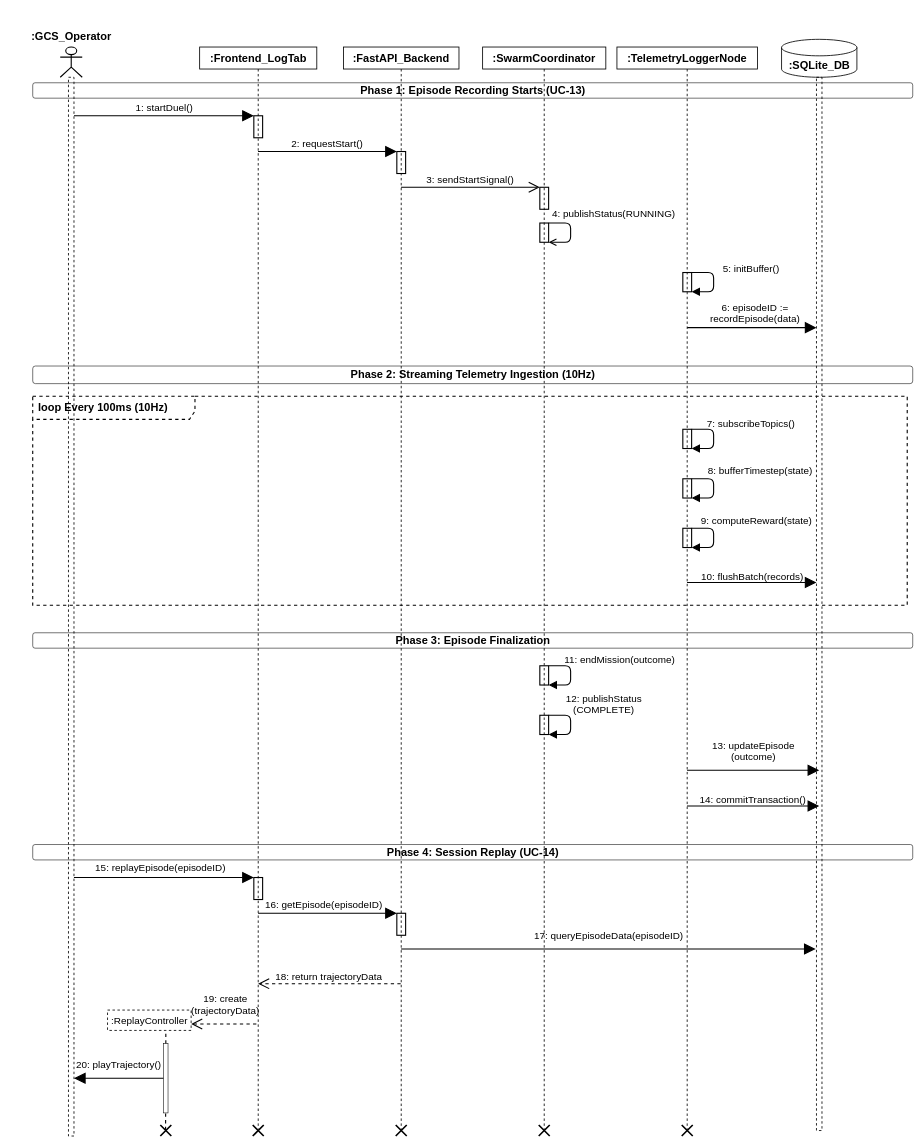
Before: 18_sequence_logging_replay.drawio in syedmohammad611/diagrams, a draw.io diagram. Source tidied: cells renumbered, new cells numbered last; positions are measured from the earlier drawing's top-left corner, leaving out a move shared by most shapes. Both pictures are drawn from the tidied source at 55%, with x=0, y=0 at pixel (32, 39).
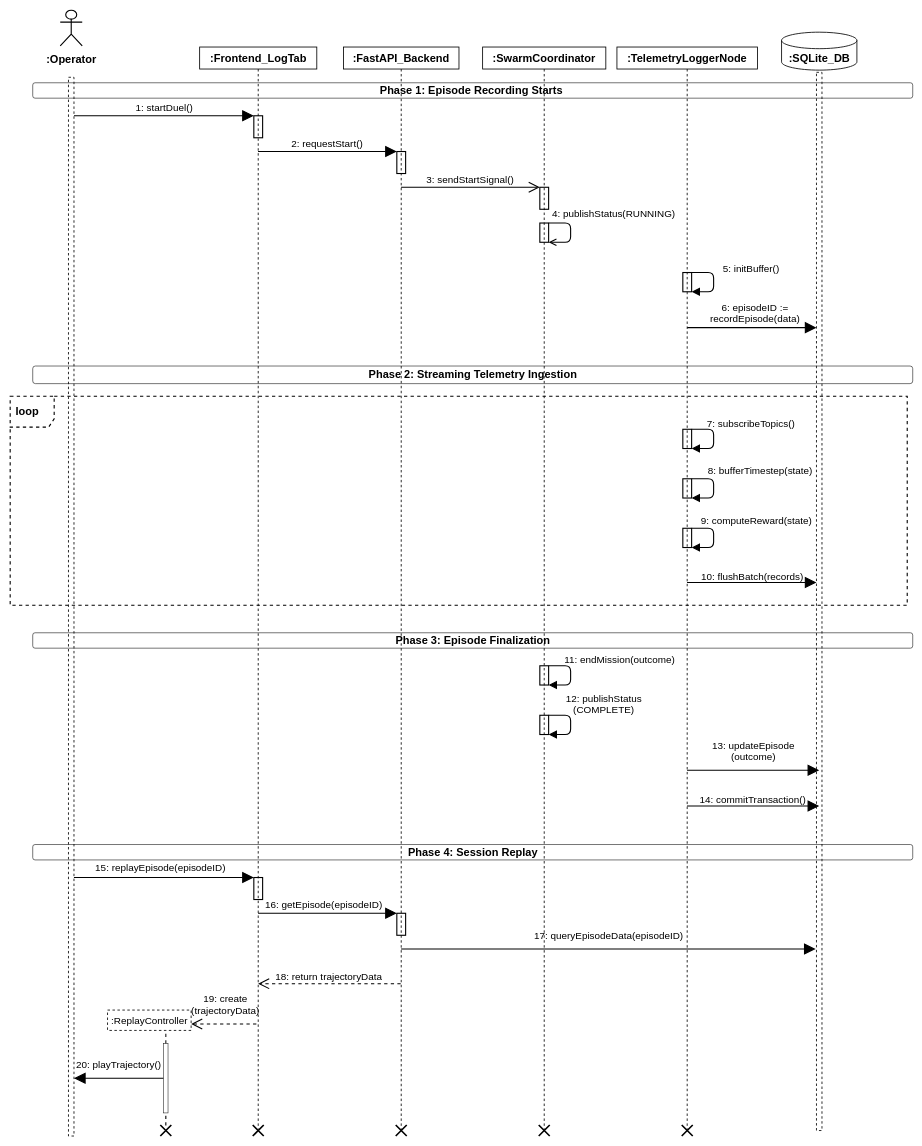
After the change.

Unchanged cells that the change refers to:
```xml
<mxCell id="13" value=":ReplayController" style="html=1;points=[];perimeter=orthogonalPerimeter;outlineConnect=0;targetShapes=umlLifeline;portConstraint=eastwest;strokeColor=#000000;strokeWidth=1.5;dashed=1;fontSize=18;fontFamily=Helvetica;fontColor=#000000;fillColor=none;" parent="1" vertex="1">
  <mxGeometry x="136" y="1765" width="152" height="37" as="geometry" />
</mxCell>
<mxCell id="50" style="shape=mxgraph.sysml.x;strokeColor=#000000;strokeWidth=3;fillColor=#000000;fontSize=18;" parent="1" vertex="1">
  <mxGeometry x="232" y="1974" width="20" height="20" as="geometry" />
</mxCell>
```

Change to the diagram source:
```diff
@@
-<mxGraphModel>
+<mxGraphModel background="#ffffff">
@@
-    <mxCell id="2" style="endArrow=none;dashed=1;html=1;strokeWidth=2;" parent="1" edge="1" source="55" target="13">
+    <mxCell id="2" style="endArrow=none;dashed=1;html=1;strokeWidth=2;strokeColor=#1A1A1A;" parent="1" edge="1" source="55" target="13">
       <mxGeometry relative="1" as="geometry" />
     </mxCell>
-    <mxCell id="3" value="&lt;b&gt;:GCS_Operator&lt;/b&gt;" style="shape=umlActor;html=1;fillColor=none;strokeColor=#000000;strokeWidth=2;fontFamily=Helvetica;fontColor=#000000;fontSize=20;fontStyle=1;verticalLabelPosition=top;verticalAlign=bottom;spacingBottom=6;" parent="1" vertex="1">
-      <mxGeometry x="50" y="14" width="40" height="55" as="geometry" />
-    </mxCell>
@@
     <mxCell id="11" value="&lt;b&gt;:SQLite_DB&lt;/b&gt;" style="shape=cylinder3;whiteSpace=wrap;html=1;boundedLbl=1;backgroundOutline=1;size=15;fillColor=none;strokeColor=#000000;strokeWidth=1.5;fontStyle=1;fontSize=20;fontFamily=Helvetica;fontColor=#000000;" parent="1" vertex="1">
-      <mxGeometry x="1361.5" width="137" height="69" as="geometry" />
+      <mxGeometry x="1361.5" y="-13" width="137" height="69" as="geometry" />
     </mxCell>
     <mxCell id="12" style="html=1;points=[];perimeter=orthogonalPerimeter;outlineConnect=0;targetShapes=umlLifeline;portConstraint=eastwest;strokeColor=#000000;strokeWidth=1.5;dashed=1;fillColor=none;fontSize=18;" parent="1" vertex="1">
-      <mxGeometry x="1425" y="69" width="10" height="1915" as="geometry" />
+      <mxGeometry x="1425" y="60" width="10" height="1924" as="geometry" />
     </mxCell>
@@
-    <mxCell id="26" value="&lt;b&gt;&lt;font style=&quot;font-size: 20px;&quot;&gt;Phase 1: Episode Recording Starts (UC-13)&lt;/font&gt;&lt;/b&gt;" style="text;html=1;strokeColor=#000000;fillColor=none;align=center;verticalAlign=middle;fontFamily=Helvetica;fontColor=#000000;rounded=1;strokeWidth=1;fontSize=18;fontStyle=1;" parent="1" vertex="1">
+    <mxCell id="26" value="&lt;b&gt;&lt;font style=&quot;font-size: 20px;&quot;&gt;Phase 1: Episode Recording Starts&amp;nbsp;&lt;/font&gt;&lt;/b&gt;" style="text;html=1;strokeColor=#000000;fillColor=none;align=center;verticalAlign=middle;fontFamily=Helvetica;fontColor=#000000;rounded=1;strokeWidth=1;fontSize=18;fontStyle=1;" parent="1" vertex="1">
       <mxGeometry y="79" width="1600" height="28" as="geometry" />
     </mxCell>
@@
-    <mxCell id="33" value="&lt;b&gt;&lt;font style=&quot;font-size: 20px;&quot;&gt;Phase 2: Streaming Telemetry Ingestion (10Hz)&lt;/font&gt;&lt;/b&gt;" style="text;html=1;strokeColor=#000000;fillColor=none;align=center;verticalAlign=middle;fontFamily=Helvetica;fontColor=#000000;rounded=1;strokeWidth=1;fontSize=18;fontStyle=1;" parent="1" vertex="1">
+    <mxCell id="33" value="&lt;b&gt;&lt;font style=&quot;font-size: 20px;&quot;&gt;Phase 2: Streaming Telemetry Ingestion&lt;/font&gt;&lt;/b&gt;" style="text;html=1;strokeColor=#000000;fillColor=none;align=center;verticalAlign=middle;fontFamily=Helvetica;fontColor=#000000;rounded=1;strokeWidth=1;fontSize=18;fontStyle=1;" parent="1" vertex="1">
       <mxGeometry y="594" width="1600" height="32" as="geometry" />
     </mxCell>
-    <mxCell id="34" value="&lt;b&gt;&lt;font style=&quot;font-size: 20px;&quot;&gt;loop Every 100ms (10Hz)&lt;/font&gt;&lt;/b&gt;" style="shape=umlFrame;whiteSpace=wrap;html=1;width=295;height=42;boundedLbl=1;verticalAlign=middle;align=left;spacingLeft=8;fillColor=none;strokeColor=#000000;dashed=1;fontColor=#000000;fontFamily=Helvetica;fontSize=18;strokeWidth=2;fontStyle=1;" parent="1" vertex="1">
-      <mxGeometry y="649" width="1590" height="380" as="geometry" />
+    <mxCell id="34" value="&lt;b&gt;&lt;font style=&quot;font-size: 20px;&quot;&gt;loop&amp;nbsp;&lt;/font&gt;&lt;/b&gt;" style="shape=umlFrame;whiteSpace=wrap;html=1;width=80;height=56;boundedLbl=1;verticalAlign=middle;align=left;spacingLeft=8;fillColor=none;strokeColor=#000000;dashed=1;fontColor=#000000;fontFamily=Helvetica;fontSize=18;strokeWidth=2;fontStyle=1;" parent="1" vertex="1">
+      <mxGeometry x="-41" y="649" width="1631" height="380" as="geometry" />
     </mxCell>
@@
-    <mxCell id="44" value="&lt;b&gt;&lt;font style=&quot;font-size: 20px;&quot;&gt;Phase 4: Session Replay (UC-14)&lt;/font&gt;&lt;/b&gt;" style="text;html=1;strokeColor=#000000;fillColor=none;align=center;verticalAlign=middle;fontFamily=Helvetica;fontColor=#000000;rounded=1;strokeWidth=1;fontSize=18;fontStyle=1;" parent="1" vertex="1">
+    <mxCell id="44" value="&lt;b&gt;&lt;font style=&quot;font-size: 20px;&quot;&gt;Phase 4: Session Replay&lt;/font&gt;&lt;/b&gt;" style="text;html=1;strokeColor=#000000;fillColor=none;align=center;verticalAlign=middle;fontFamily=Helvetica;fontColor=#000000;rounded=1;strokeWidth=1;fontSize=18;fontStyle=1;" parent="1" vertex="1">
       <mxGeometry y="1464" width="1600" height="28" as="geometry" />
     </mxCell>
@@
-    <mxCell id="54" style="endArrow=none;dashed=1;html=1;strokeWidth=2;exitX=0.477;exitY=0.453;exitDx=0;exitDy=0;exitPerimeter=0;" parent="1" edge="1" source="50" target="55">
-      <mxGeometry relative="1" as="geometry" />
+    <mxCell id="54" style="endArrow=none;dashed=1;html=1;strokeWidth=2;strokeColor=#000000;" parent="1" edge="1" target="55">
+      <mxGeometry relative="1" as="geometry">
+        <mxPoint x="242" y="1975" as="sourcePoint" />
+      </mxGeometry>
     </mxCell>
-    <mxCell id="55" style="fontSize=18;fillColor=#FFFFFF;" parent="1" vertex="1">
+    <mxCell id="55" style="fontSize=18;fillColor=#FFFFFF;strokeColor=#1A1A1A;" parent="1" vertex="1">
       <mxGeometry x="238" y="1826" width="8" height="126" as="geometry" />
     </mxCell>
+    <mxCell id="56" value="&lt;b&gt;&lt;font style=&quot;font-size: 20px;&quot;&gt;:Operator&lt;/font&gt;&lt;/b&gt;" style="shape=umlActor;html=1;fillColor=none;strokeColor=#000000;strokeWidth=2;fontFamily=Helvetica;fontColor=#000000;fontSize=15;fontStyle=1;verticalLabelPosition=bottom;verticalAlign=top;spacingTop=6;" parent="1" vertex="1">
+      <mxGeometry x="50" y="-53" width="40" height="65" as="geometry" />
+    </mxCell>
```
